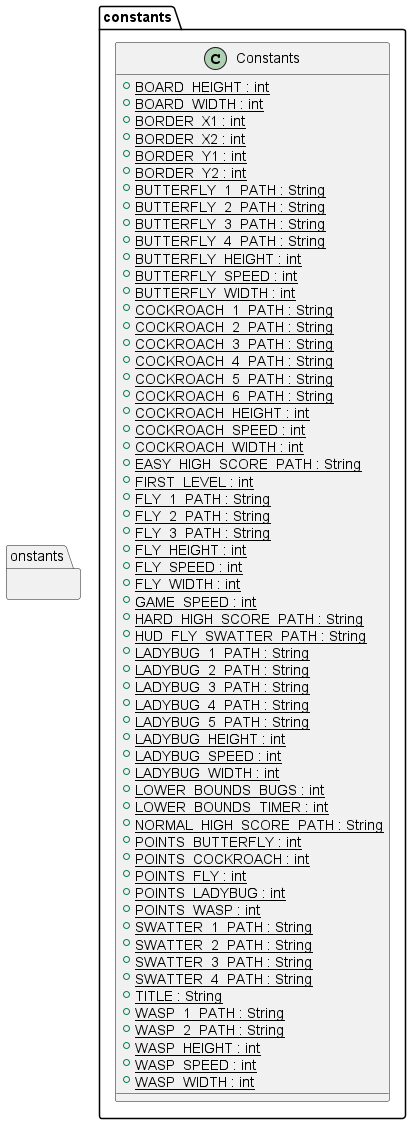
Earlier version of the PlantUML export UML/constants.png (lcintini/JFlySwatter). The source it was exported from:
```plantuml
@startuml


    namespace onstants {
      class constants.Constants {
          {static} + BOARD_HEIGHT : int
          {static} + BOARD_WIDTH : int
          {static} + BORDER_X1 : int
          {static} + BORDER_X2 : int
          {static} + BORDER_Y1 : int
          {static} + BORDER_Y2 : int
          {static} + BUTTERFLY_1_PATH : String
          {static} + BUTTERFLY_2_PATH : String
          {static} + BUTTERFLY_3_PATH : String
          {static} + BUTTERFLY_4_PATH : String
          {static} + BUTTERFLY_HEIGHT : int
          {static} + BUTTERFLY_SPEED : int
          {static} + BUTTERFLY_WIDTH : int
          {static} + COCKROACH_1_PATH : String
          {static} + COCKROACH_2_PATH : String
          {static} + COCKROACH_3_PATH : String
          {static} + COCKROACH_4_PATH : String
          {static} + COCKROACH_5_PATH : String
          {static} + COCKROACH_6_PATH : String
          {static} + COCKROACH_HEIGHT : int
          {static} + COCKROACH_SPEED : int
          {static} + COCKROACH_WIDTH : int
          {static} + EASY_HIGH_SCORE_PATH : String
          {static} + FIRST_LEVEL : int
          {static} + FLY_1_PATH : String
          {static} + FLY_2_PATH : String
          {static} + FLY_3_PATH : String
          {static} + FLY_HEIGHT : int
          {static} + FLY_SPEED : int
          {static} + FLY_WIDTH : int
          {static} + GAME_SPEED : int
          {static} + HARD_HIGH_SCORE_PATH : String
          {static} + HUD_FLY_SWATTER_PATH : String
          {static} + LADYBUG_1_PATH : String
          {static} + LADYBUG_2_PATH : String
          {static} + LADYBUG_3_PATH : String
          {static} + LADYBUG_4_PATH : String
          {static} + LADYBUG_5_PATH : String
          {static} + LADYBUG_HEIGHT : int
          {static} + LADYBUG_SPEED : int
          {static} + LADYBUG_WIDTH : int
          {static} + LOWER_BOUNDS_BUGS : int
          {static} + LOWER_BOUNDS_TIMER : int
          {static} + NORMAL_HIGH_SCORE_PATH : String
          {static} + POINTS_BUTTERFLY : int
          {static} + POINTS_COCKROACH : int
          {static} + POINTS_FLY : int
          {static} + POINTS_LADYBUG : int
          {static} + POINTS_WASP : int
          {static} + SWATTER_1_PATH : String
          {static} + SWATTER_2_PATH : String
          {static} + SWATTER_3_PATH : String
          {static} + SWATTER_4_PATH : String
          {static} + TITLE : String
          {static} + WASP_1_PATH : String
          {static} + WASP_2_PATH : String
          {static} + WASP_HEIGHT : int
          {static} + WASP_SPEED : int
          {static} + WASP_WIDTH : int
      }
    }


@enduml
```
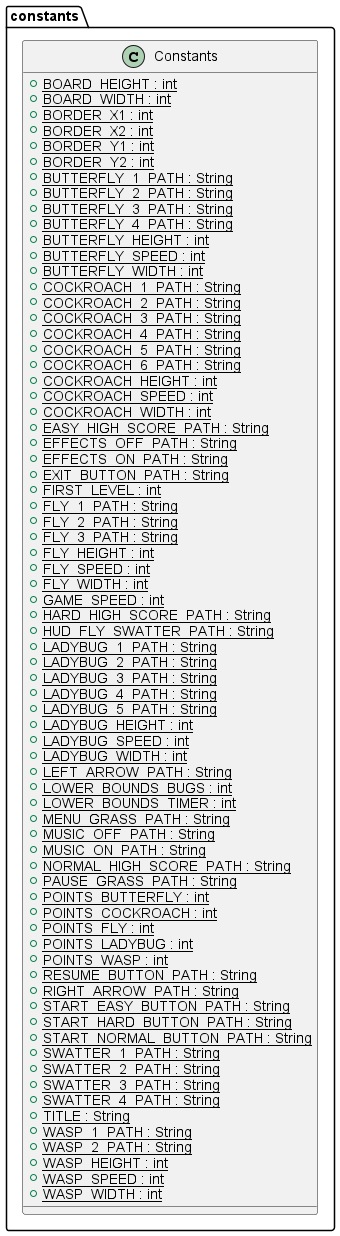
The same file after the commit.

Diff of the diagram source:
```diff
@@ -1,7 +1,8 @@
 @startuml
 
 
-    namespace onstants {
+
+  namespace constants {
       class constants.Constants {
           {static} + BOARD_HEIGHT : int
           {static} + BOARD_WIDTH : int
@@ -26,6 +27,9 @@
           {static} + COCKROACH_SPEED : int
           {static} + COCKROACH_WIDTH : int
           {static} + EASY_HIGH_SCORE_PATH : String
+          {static} + EFFECTS_OFF_PATH : String
+          {static} + EFFECTS_ON_PATH : String
+          {static} + EXIT_BUTTON_PATH : String
           {static} + FIRST_LEVEL : int
           {static} + FLY_1_PATH : String
           {static} + FLY_2_PATH : String
@@ -44,14 +48,24 @@
           {static} + LADYBUG_HEIGHT : int
           {static} + LADYBUG_SPEED : int
           {static} + LADYBUG_WIDTH : int
+          {static} + LEFT_ARROW_PATH : String
           {static} + LOWER_BOUNDS_BUGS : int
           {static} + LOWER_BOUNDS_TIMER : int
+          {static} + MENU_GRASS_PATH : String
+          {static} + MUSIC_OFF_PATH : String
+          {static} + MUSIC_ON_PATH : String
           {static} + NORMAL_HIGH_SCORE_PATH : String
+          {static} + PAUSE_GRASS_PATH : String
           {static} + POINTS_BUTTERFLY : int
           {static} + POINTS_COCKROACH : int
           {static} + POINTS_FLY : int
           {static} + POINTS_LADYBUG : int
           {static} + POINTS_WASP : int
+          {static} + RESUME_BUTTON_PATH : String
+          {static} + RIGHT_ARROW_PATH : String
+          {static} + START_EASY_BUTTON_PATH : String
+          {static} + START_HARD_BUTTON_PATH : String
+          {static} + START_NORMAL_BUTTON_PATH : String
           {static} + SWATTER_1_PATH : String
           {static} + SWATTER_2_PATH : String
           {static} + SWATTER_3_PATH : String
@@ -66,4 +80,5 @@
     }
 
 
+
 @enduml
```
